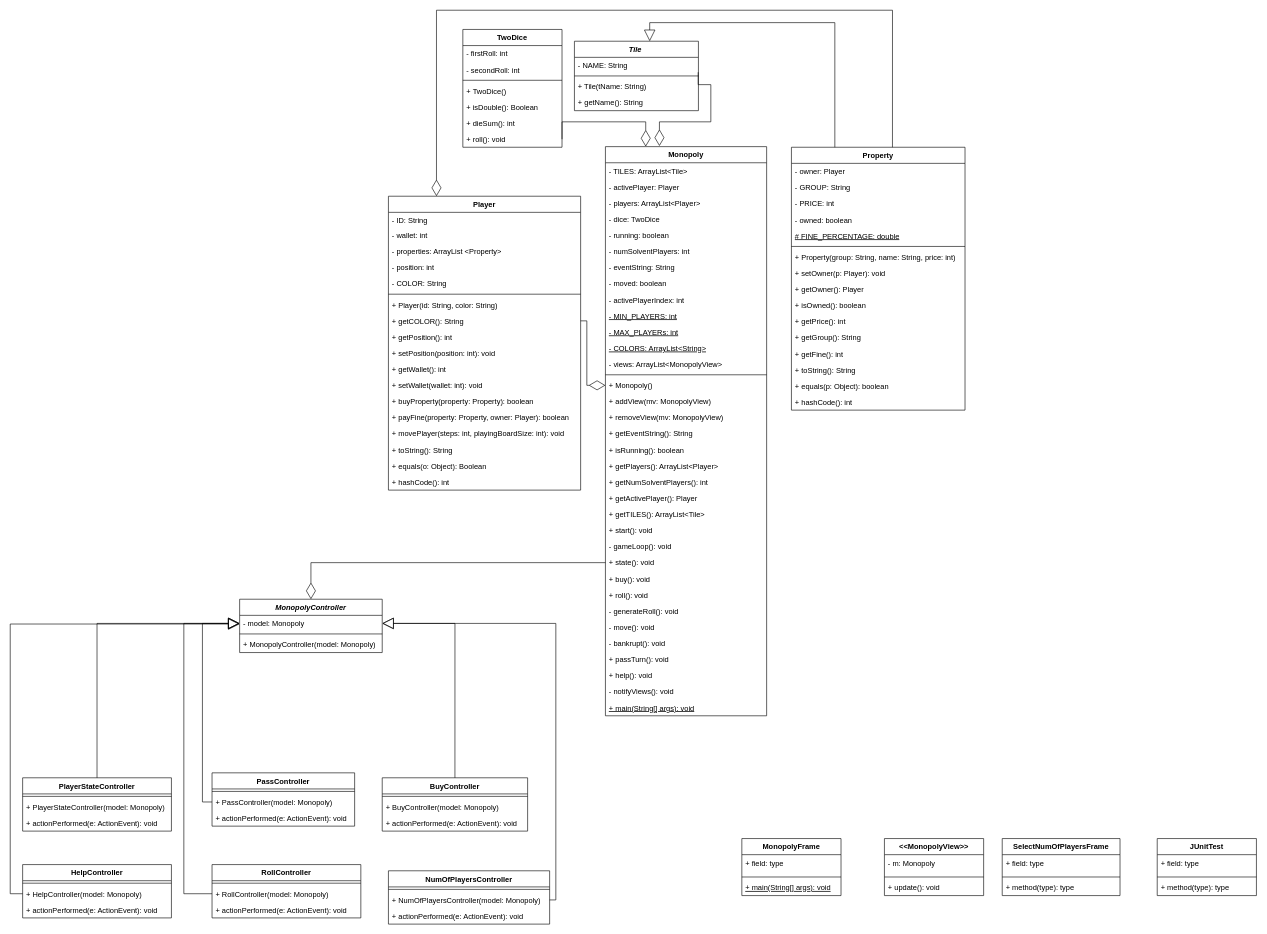
This is Monoply.drawio from MiniEinsteinD/MonopolyGame, a draw.io file, before an edit. Source tidied: cells renumbered, new cells numbered last; positions are measured from the earlier drawing's top-left corner, leaving out a move shared by most shapes. Both pictures are drawn from the tidied source at 62%, with x=0, y=0 at pixel (10, 10).
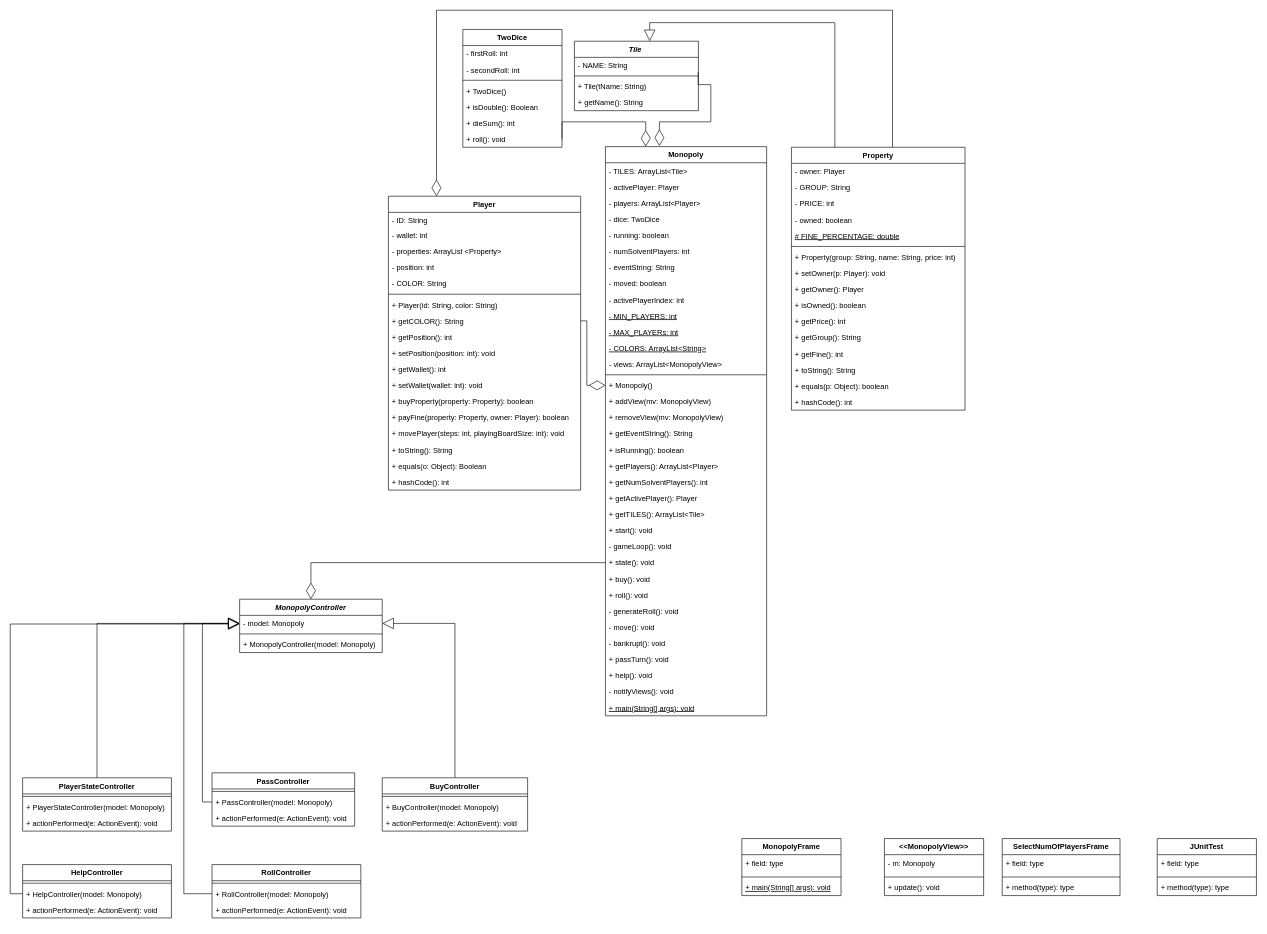
The same diagram, later.

Commit message (it also covers changes not shown here):
Seq diagram complete

Unchanged cells that the change refers to:
```xml
<mxCell id="93" value="- model: Monopoly" style="text;strokeColor=none;fillColor=none;align=left;verticalAlign=top;spacingLeft=4;spacingRight=4;overflow=hidden;points=[[0,0.5],[1,0.5]];portConstraint=eastwest;" parent="92" vertex="1">
  <mxGeometry y="26" width="230" height="26" as="geometry" />
</mxCell>
```

Change to the diagram source:
```diff
@@
-    <mxCell id="128" value="NumOfPlayersController" style="swimlane;fontStyle=1;align=center;verticalAlign=top;horizontal=1;startSize=26;" parent="1" vertex="1">
-      <mxGeometry x="610" y="1388" width="260" height="86" as="geometry" />
-    </mxCell>
-    <mxCell id="129" style="line;strokeWidth=1;fillColor=none;align=left;verticalAlign=middle;spacingTop=-1;spacingLeft=3;spacingRight=3;labelPosition=right;" parent="128" vertex="1">
-      <mxGeometry y="26" width="260" height="8" as="geometry" />
-    </mxCell>
-    <mxCell id="130" value="+ NumOfPlayersController(model: Monopoly)" style="text;strokeColor=none;fillColor=none;align=left;verticalAlign=top;spacingLeft=4;spacingRight=4;overflow=hidden;points=[[0,0.5],[1,0.5]];portConstraint=eastwest;" parent="128" vertex="1">
-      <mxGeometry y="34" width="260" height="26" as="geometry" />
-    </mxCell>
-    <mxCell id="131" value="+ actionPerformed(e: ActionEvent): void" style="text;strokeColor=none;fillColor=none;align=left;verticalAlign=top;spacingLeft=4;spacingRight=4;overflow=hidden;" parent="128" vertex="1">
-      <mxGeometry y="60" width="260" height="26" as="geometry" />
-    </mxCell>
@@
-    <mxCell id="141" style="endArrow=block;endSize=16;endFill=0;html=1;rounded=0;edgeStyle=orthogonalEdgeStyle;entryX=1;entryY=0.5;entryDx=0;entryDy=0;exitX=1;exitY=0.5;exitDx=0;exitDy=0;" parent="1" edge="1" source="130" target="93">
-      <mxGeometry relative="1" as="geometry">
-        <Array as="points">
-          <mxPoint x="880" y="1435" />
-          <mxPoint x="880" y="989" />
-        </Array>
-      </mxGeometry>
-    </mxCell>
```
